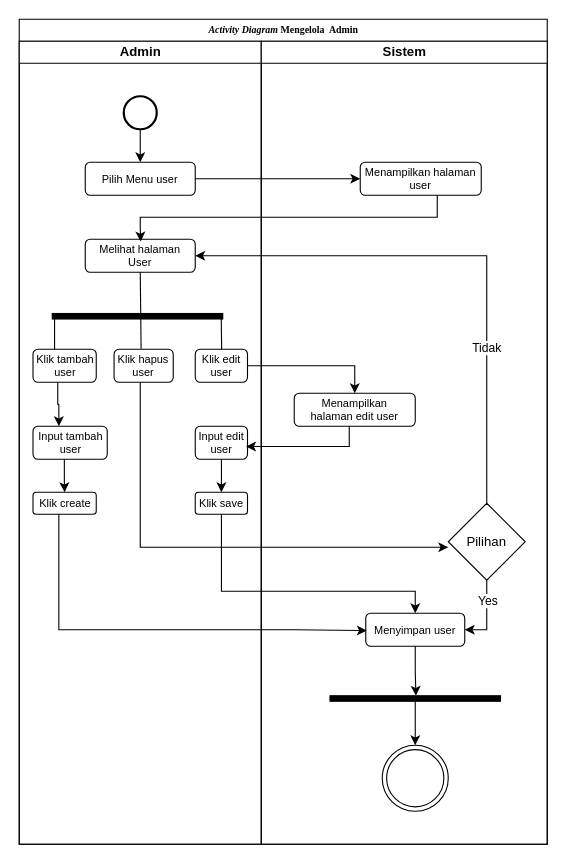
This is Activity Diagram Kelola admin.drawio from dhmsAdhty/useCase, a draw.io file, before an edit. Source tidied: cells renumbered, new cells numbered last; positions are measured from the earlier drawing's top-left corner, leaving out a move shared by most shapes. Both pictures are drawn from the tidied source at 110%, with x=0, y=0 at pixel (19, 19).
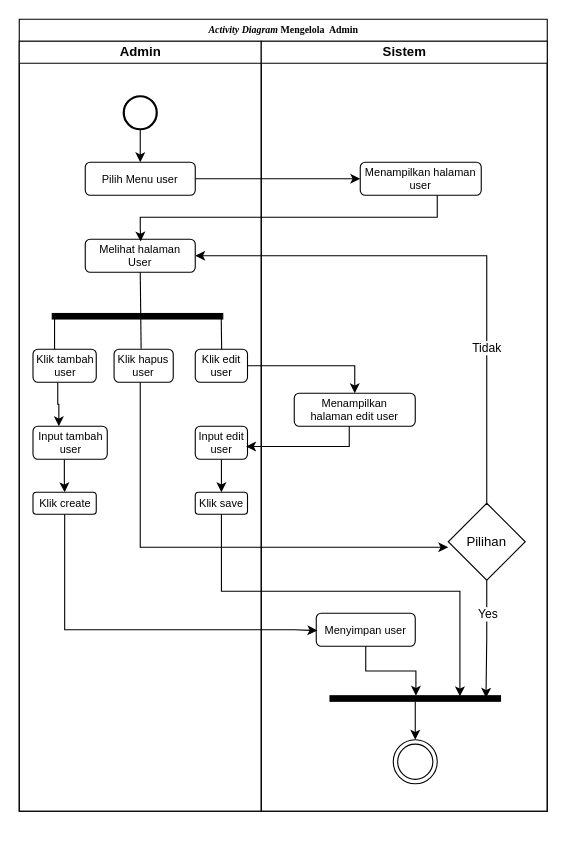
The same page after the edit.

Commit message (it also covers changes not shown here):
KELOLA ADMIN

The change refers to these unchanged cells:
```xml
<mxCell id="20" value="Klik create" style="rounded=1;whiteSpace=wrap;html=1;fontSize=10;" parent="3" vertex="1">
  <mxGeometry x="12.5" y="410" width="57.5" height="20" as="geometry" />
</mxCell>
<mxCell id="21" value="Klik save" style="rounded=1;whiteSpace=wrap;html=1;fontSize=10;" parent="3" vertex="1">
  <mxGeometry x="160" y="410" width="47.5" height="20" as="geometry" />
</mxCell>
<mxCell id="25" style="html=1;points=[];perimeter=orthogonalPerimeter;fillColor=strokeColor;rotation=90;" parent="22" vertex="1">
  <mxGeometry x="137.5" y="520" width="5" height="155" as="geometry" />
</mxCell>
<mxCell id="30" value="Pilihan" style="rhombus;whiteSpace=wrap;html=1;" parent="22" vertex="1">
  <mxGeometry x="170" y="420" width="70" height="70" as="geometry" />
</mxCell>
```

What changed in the source:
```diff
@@
     <mxCell id="2" value="&lt;font style=&quot;font-size: 9px;&quot;&gt;&lt;b style=&quot;mso-bidi-font-weight:normal&quot;&gt;&lt;i style=&quot;mso-bidi-font-style:normal&quot;&gt;&lt;span style=&quot;font-family: &amp;quot;Times New Roman&amp;quot;, serif;&quot;&gt;Activity Diagram &lt;/span&gt;&lt;/i&gt;&lt;span style=&quot;line-height: 150%; font-family: &amp;quot;Times New Roman&amp;quot;, serif;&quot;&gt;Mengelola&amp;nbsp; Admin&lt;/span&gt;&lt;/b&gt;&lt;/font&gt;" style="swimlane;html=1;startSize=20;rounded=0;shadow=0;labelBackgroundColor=none;strokeWidth=1;fontFamily=Verdana;fontSize=8;align=center;" parent="1" vertex="1">
-      <mxGeometry width="480" height="750" as="geometry" />
+      <mxGeometry width="480" height="720" as="geometry" />
     </mxCell>
     <mxCell id="3" value="Admin" style="swimlane;html=1;startSize=20;" parent="2" vertex="1">
-      <mxGeometry y="20" width="220" height="730" as="geometry" />
+      <mxGeometry y="20" width="220" height="700" as="geometry" />
     </mxCell>
@@
     <mxCell id="22" value="Sistem" style="swimlane;html=1;startSize=20;" parent="2" vertex="1">
-      <mxGeometry x="220" y="20" width="260" height="730" as="geometry" />
+      <mxGeometry x="220" y="20" width="260" height="700" as="geometry" />
     </mxCell>
@@
     <mxCell id="26" value="&lt;font style=&quot;font-size: 10px;&quot;&gt;Menyimpan user&lt;/font&gt;" style="rounded=1;whiteSpace=wrap;html=1;fontSize=10;" parent="22" vertex="1">
-      <mxGeometry x="95" y="520" width="90" height="30" as="geometry" />
+      <mxGeometry x="50" y="520" width="90" height="30" as="geometry" />
     </mxCell>
@@
-    <mxCell id="28" style="edgeStyle=orthogonalEdgeStyle;rounded=0;jettySize=auto;html=1;entryX=1;entryY=0.5;entryDx=0;entryDy=0;" parent="22" edge="1" source="30" target="26">
+    <mxCell id="28" style="edgeStyle=orthogonalEdgeStyle;rounded=0;jettySize=auto;html=1;entryX=0.36;entryY=0.085;entryDx=0;entryDy=0;entryPerimeter=0;" parent="22" edge="1" source="30" target="25">
       <mxGeometry relative="1" as="geometry" />
     </mxCell>
@@
     <mxCell id="32" style="ellipse;shape=doubleEllipse;html=1;dashed=0;whiteSpace=wrap;" parent="22" vertex="1">
-      <mxGeometry x="110" y="640" width="60" height="60" as="geometry" />
+      <mxGeometry x="120" y="635" width="40" height="40" as="geometry" />
     </mxCell>
@@
     <mxCell id="35" style="edgeStyle=orthogonalEdgeStyle;rounded=0;jettySize=auto;html=1;entryX=0.011;entryY=0.526;entryDx=0;entryDy=0;entryPerimeter=0;" parent="2" edge="1" source="20" target="26">
       <mxGeometry relative="1" as="geometry">
         <Array as="points">
-          <mxPoint x="36" y="555" />
+          <mxPoint x="41" y="555" />
           <mxPoint x="250" y="555" />
         </Array>
       </mxGeometry>
     </mxCell>
@@
-    <mxCell id="38" style="edgeStyle=orthogonalEdgeStyle;rounded=0;jettySize=auto;html=1;entryX=0.5;entryY=0;entryDx=0;entryDy=0;" parent="2" edge="1" source="21" target="26">
+    <mxCell id="38" style="edgeStyle=orthogonalEdgeStyle;rounded=0;jettySize=auto;html=1;entryX=0.103;entryY=0.238;entryDx=0;entryDy=0;entryPerimeter=0;" parent="2" edge="1" source="21" target="25">
       <mxGeometry relative="1" as="geometry">
         <Array as="points">
           <mxPoint x="184" y="520" />
-          <mxPoint x="360" y="520" />
+          <mxPoint x="400" y="520" />
+          <mxPoint x="400" y="616" />
         </Array>
       </mxGeometry>
     </mxCell>
```
